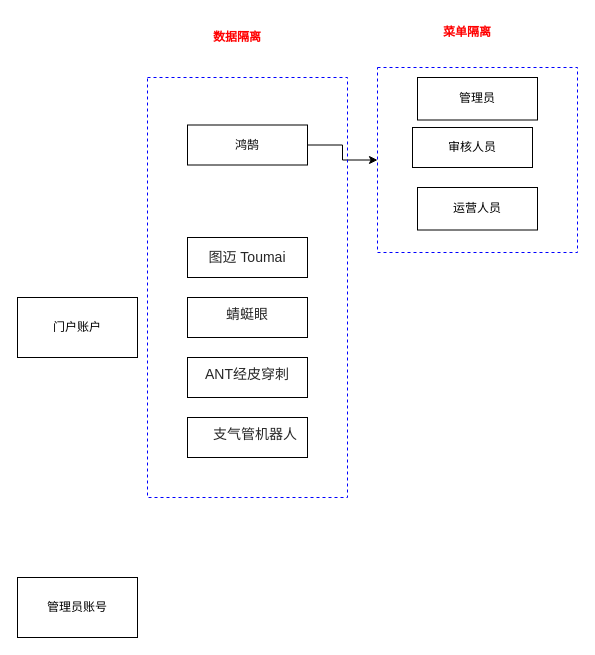
Easy119/box keeps this draw.io diagram as page "权限管理系统" (15 of 15) of Untitled Diagram.drawio. Above is the earlier version. Source tidied: cells renumbered, new cells numbered last; positions are measured from the earlier drawing's top-left corner, leaving out a move shared by most shapes. Both pictures are drawn from the tidied source at 100%, with x=0, y=0 at pixel (17, 17).
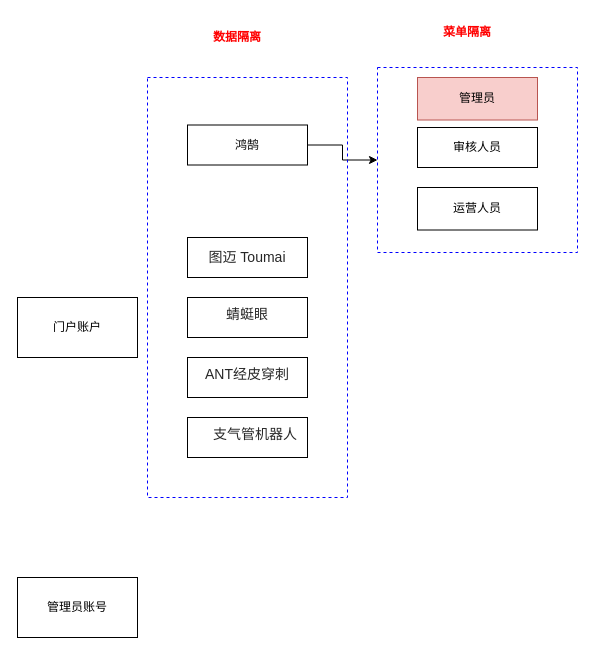
Above is the later version.

Change to the diagram source:
```diff
@@
 <mxGraphModel>
   <root>
     <mxCell id="0" />
     <mxCell id="1" parent="0" />
     <mxCell id="2" value="门户账户" style="rounded=0;whiteSpace=wrap;html=1;" parent="1" vertex="1">
       <mxGeometry y="280" width="120" height="60" as="geometry" />
     </mxCell>
     <mxCell id="3" value="管理员账号" style="rounded=0;whiteSpace=wrap;html=1;" parent="1" vertex="1">
       <mxGeometry y="560" width="120" height="60" as="geometry" />
     </mxCell>
     <mxCell id="4" style="edgeStyle=orthogonalEdgeStyle;rounded=0;jettySize=auto;html=1;" parent="1" edge="1" source="5" target="10">
       <mxGeometry relative="1" as="geometry" />
     </mxCell>
     <mxCell id="5" value="鸿鹄" style="rounded=0;whiteSpace=wrap;html=1;" parent="1" vertex="1">
       <mxGeometry x="170" y="107.5" width="120" height="40" as="geometry" />
     </mxCell>
     <mxCell id="6" value="&lt;span style=&quot;color: rgba(0 , 0 , 0 , 0.85) ; font-size: 14px ; background-color: rgb(255 , 255 , 255)&quot;&gt;图迈 Toumai&lt;/span&gt;" style="rounded=0;whiteSpace=wrap;html=1;" parent="1" vertex="1">
       <mxGeometry x="170" y="220" width="120" height="40" as="geometry" />
     </mxCell>
     <mxCell id="7" value="&lt;div class=&quot;ant-tree-treenode ant-tree-treenode-switcher-close&quot; style=&quot;box-sizing: border-box ; display: flex ; align-items: flex-start ; padding: 0px 0px 4px ; outline: none ; color: rgba(0 , 0 , 0 , 0.85) ; font-size: 14px ; background-color: rgb(255 , 255 , 255)&quot;&gt;&lt;span title=&quot;蜻蜓眼&quot; class=&quot;ant-tree-node-content-wrapper ant-tree-node-content-wrapper-normal&quot; style=&quot;box-sizing: border-box ; position: relative ; z-index: auto ; min-height: 24px ; margin: 0px ; padding: 0px 4px ; color: inherit ; line-height: 24px ; background: transparent ; border-radius: 2px ; cursor: pointer ; transition: all 0.3s ease 0s , all 0s ease 0s , all 0s ease 0s , all 0s ease 0s&quot;&gt;&lt;span class=&quot;ant-tree-title&quot; style=&quot;box-sizing: border-box&quot;&gt;蜻蜓眼&lt;/span&gt;&lt;/span&gt;&lt;/div&gt;&lt;div class=&quot;ant-tree-treenode ant-tree-treenode-switcher-close&quot; style=&quot;box-sizing: border-box ; display: flex ; align-items: flex-start ; padding: 0px 0px 4px ; outline: none ; color: rgba(0 , 0 , 0 , 0.85) ; font-size: 14px ; background-color: rgb(255 , 255 , 255)&quot;&gt;&lt;span class=&quot;ant-tree-indent&quot; style=&quot;box-sizing: border-box&quot;&gt;&lt;/span&gt;&lt;span class=&quot;ant-tree-switcher ant-tree-switcher-noop&quot; style=&quot;box-sizing: border-box ; position: relative ; width: 24px ; margin: 0px ; line-height: 24px ; cursor: default&quot;&gt;&lt;/span&gt;&lt;/div&gt;" style="rounded=0;whiteSpace=wrap;html=1;" parent="1" vertex="1">
       <mxGeometry x="170" y="280" width="120" height="40" as="geometry" />
     </mxCell>
     <mxCell id="8" value="&lt;div class=&quot;ant-tree-treenode ant-tree-treenode-switcher-close&quot; style=&quot;box-sizing: border-box ; display: flex ; align-items: flex-start ; padding: 0px 0px 4px ; outline: none ; color: rgba(0 , 0 , 0 , 0.85) ; font-size: 14px ; background-color: rgb(255 , 255 , 255)&quot;&gt;&lt;span title=&quot;蜻蜓眼&quot; class=&quot;ant-tree-node-content-wrapper ant-tree-node-content-wrapper-normal&quot; style=&quot;box-sizing: border-box ; position: relative ; z-index: auto ; min-height: 24px ; margin: 0px ; padding: 0px 4px ; color: inherit ; line-height: 24px ; background: transparent ; border-radius: 2px ; cursor: pointer ; transition: all 0.3s ease 0s , all 0s ease 0s , all 0s ease 0s , all 0s ease 0s&quot;&gt;&lt;div class=&quot;ant-tree-treenode ant-tree-treenode-switcher-close&quot; style=&quot;box-sizing: border-box ; display: flex ; align-items: flex-start ; padding: 0px 0px 4px ; outline: none&quot;&gt;&lt;span title=&quot;ANT经皮穿刺&quot; class=&quot;ant-tree-node-content-wrapper ant-tree-node-content-wrapper-normal&quot; style=&quot;box-sizing: border-box ; position: relative ; z-index: auto ; min-height: 24px ; margin: 0px ; padding: 0px 4px ; color: inherit ; line-height: 24px ; background: transparent ; border-radius: 2px ; cursor: pointer ; transition: all 0.3s ease 0s , all 0s ease 0s , all 0s ease 0s , all 0s ease 0s&quot;&gt;&lt;span class=&quot;ant-tree-title&quot; style=&quot;box-sizing: border-box&quot;&gt;ANT经皮穿刺&lt;/span&gt;&lt;/span&gt;&lt;/div&gt;&lt;/span&gt;&lt;/div&gt;" style="rounded=0;whiteSpace=wrap;html=1;" parent="1" vertex="1">
       <mxGeometry x="170" y="340" width="120" height="40" as="geometry" />
     </mxCell>
     <mxCell id="9" value="&lt;div class=&quot;ant-tree-treenode ant-tree-treenode-switcher-close&quot; style=&quot;box-sizing: border-box ; display: flex ; align-items: flex-start ; padding: 0px 0px 4px ; outline: none ; color: rgba(0 , 0 , 0 , 0.85) ; font-size: 14px ; background-color: rgb(255 , 255 , 255)&quot;&gt;&lt;span title=&quot;蜻蜓眼&quot; class=&quot;ant-tree-node-content-wrapper ant-tree-node-content-wrapper-normal&quot; style=&quot;box-sizing: border-box ; position: relative ; z-index: auto ; min-height: 24px ; margin: 0px ; padding: 0px 4px ; color: inherit ; line-height: 24px ; background: transparent ; border-radius: 2px ; cursor: pointer ; transition: all 0.3s ease 0s , all 0s ease 0s , all 0s ease 0s , all 0s ease 0s&quot;&gt;&lt;div class=&quot;ant-tree-treenode ant-tree-treenode-switcher-close&quot; style=&quot;box-sizing: border-box ; display: flex ; align-items: flex-start ; padding: 0px 0px 4px ; outline: none&quot;&gt;&lt;span title=&quot;ANT经皮穿刺&quot; class=&quot;ant-tree-node-content-wrapper ant-tree-node-content-wrapper-normal&quot; style=&quot;box-sizing: border-box ; position: relative ; z-index: auto ; min-height: 24px ; margin: 0px ; padding: 0px 4px ; color: inherit ; line-height: 24px ; background: transparent ; border-radius: 2px ; cursor: pointer ; transition: all 0.3s ease 0s , all 0s ease 0s , all 0s ease 0s , all 0s ease 0s&quot;&gt;支气管机器人&lt;br&gt;&lt;/span&gt;&lt;div&gt;&lt;br&gt;&lt;/div&gt;&lt;/div&gt;&lt;/span&gt;&lt;/div&gt;" style="rounded=0;whiteSpace=wrap;html=1;align=right;" parent="1" vertex="1">
       <mxGeometry x="170" y="400" width="120" height="40" as="geometry" />
     </mxCell>
     <mxCell id="10" style="rounded=0;whiteSpace=wrap;html=1;align=right;dashed=1;fillColor=none;strokeColor=#0000FF;" parent="1" vertex="1">
       <mxGeometry x="360" y="50" width="200" height="185" as="geometry" />
     </mxCell>
     <mxCell id="11" value="运营人员" style="rounded=0;whiteSpace=wrap;html=1;" parent="1" vertex="1">
       <mxGeometry x="400" y="170" width="120" height="42.5" as="geometry" />
     </mxCell>
     <mxCell id="12" value="审核人员" style="whiteSpace=wrap;html=1;rounded=0;" parent="1" vertex="1">
-      <mxGeometry x="395" y="110" width="120" height="40" as="geometry" />
+      <mxGeometry x="400" y="110" width="120" height="40" as="geometry" />
     </mxCell>
     <mxCell id="13" value="&lt;font color=&quot;#ff0000&quot;&gt;&lt;b&gt;菜单隔离&lt;/b&gt;&lt;/font&gt;" style="text;html=1;strokeColor=none;fillColor=none;align=center;verticalAlign=middle;whiteSpace=wrap;rounded=0;dashed=1;" parent="1" vertex="1">
       <mxGeometry x="420" width="60" height="30" as="geometry" />
     </mxCell>
     <mxCell id="14" style="rounded=0;whiteSpace=wrap;html=1;align=right;dashed=1;fillColor=none;strokeColor=#0000FF;" parent="1" vertex="1">
       <mxGeometry x="130" y="60" width="200" height="420" as="geometry" />
     </mxCell>
     <mxCell id="15" value="&lt;font color=&quot;#ff0000&quot;&gt;&lt;b&gt;数据隔离&lt;/b&gt;&lt;/font&gt;" style="text;html=1;strokeColor=none;fillColor=none;align=center;verticalAlign=middle;whiteSpace=wrap;rounded=0;dashed=1;" parent="1" vertex="1">
       <mxGeometry x="190" y="5" width="60" height="30" as="geometry" />
     </mxCell>
-    <mxCell id="16" value="管理员" style="rounded=0;whiteSpace=wrap;html=1;" parent="1" vertex="1">
+    <mxCell id="16" value="管理员" style="rounded=0;whiteSpace=wrap;html=1;fillColor=#f8cecc;strokeColor=#b85450;" parent="1" vertex="1">
       <mxGeometry x="400" y="60" width="120" height="42.5" as="geometry" />
     </mxCell>
   </root>
 </mxGraphModel>
```
